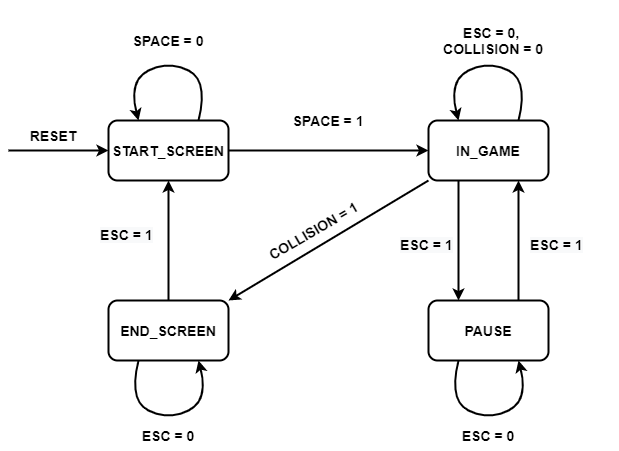
This is demo & diagrams/Game State FSM.png from jamesheavey/ELEC5566M-MiniProject, a draw.io export, as it was before one commit. Source tidied: cells renumbered, new cells last; positions are measured from the earlier drawing's top-left corner, leaving out a move shared by most shapes. Source of this version:
```xml
<mxGraphModel>
  <root>
    <mxCell id="0" />
    <mxCell id="1" parent="0" />
    <mxCell id="2" value="START_SCREEN" style="rounded=1;whiteSpace=wrap;html=1;fontSize=14;fontStyle=1;strokeWidth=2;" parent="1" vertex="1">
      <mxGeometry x="100" y="120" width="120" height="60" as="geometry" />
    </mxCell>
    <mxCell id="3" value="IN_GAME" style="rounded=1;whiteSpace=wrap;html=1;fontSize=14;fontStyle=1;strokeWidth=2;" parent="1" vertex="1">
      <mxGeometry x="420" y="120" width="120" height="60" as="geometry" />
    </mxCell>
    <mxCell id="4" value="PAUSE" style="rounded=1;whiteSpace=wrap;html=1;fontSize=14;fontStyle=1;strokeWidth=2;" parent="1" vertex="1">
      <mxGeometry x="420" y="300" width="120" height="60" as="geometry" />
    </mxCell>
    <mxCell id="5" value="END_SCREEN" style="rounded=1;whiteSpace=wrap;html=1;fontSize=14;fontStyle=1;strokeWidth=2;" parent="1" vertex="1">
      <mxGeometry x="100" y="300" width="120" height="60" as="geometry" />
    </mxCell>
    <mxCell id="6" style="endArrow=classic;html=1;entryX=0;entryY=0.5;entryDx=0;entryDy=0;strokeWidth=2;" parent="1" edge="1">
      <mxGeometry relative="1" as="geometry">
        <mxPoint y="150" as="sourcePoint" />
        <mxPoint x="100" y="150" as="targetPoint" />
        <Array as="points">
          <mxPoint x="30" y="150" />
        </Array>
      </mxGeometry>
    </mxCell>
    <mxCell id="7" value="RESET" style="text;html=1;strokeColor=none;fillColor=none;align=center;verticalAlign=middle;whiteSpace=wrap;rounded=0;fontSize=14;fontStyle=1;" parent="1" vertex="1">
      <mxGeometry x="20" y="120" width="50" height="30" as="geometry" />
    </mxCell>
    <mxCell id="8" style="curved=1;endArrow=classic;html=1;exitX=0.75;exitY=0;exitDx=0;exitDy=0;entryX=0.25;entryY=0;entryDx=0;entryDy=0;strokeWidth=2;" parent="1" edge="1">
      <mxGeometry relative="1" as="geometry">
        <mxPoint x="190" y="120" as="sourcePoint" />
        <mxPoint x="130" y="120" as="targetPoint" />
        <Array as="points">
          <mxPoint x="200" y="80" />
          <mxPoint x="160" y="60" />
          <mxPoint x="120" y="80" />
        </Array>
      </mxGeometry>
    </mxCell>
    <mxCell id="9" value="SPACE = 0" style="text;html=1;strokeColor=none;fillColor=none;align=center;verticalAlign=middle;whiteSpace=wrap;rounded=0;fontSize=14;fontStyle=1;" parent="1" vertex="1">
      <mxGeometry x="120" y="10" width="80" height="60" as="geometry" />
    </mxCell>
    <mxCell id="10" style="endArrow=classic;html=1;exitX=1;exitY=0.5;exitDx=0;exitDy=0;entryX=0;entryY=0.5;entryDx=0;entryDy=0;strokeWidth=2;" parent="1" edge="1" source="2" target="3">
      <mxGeometry relative="1" as="geometry" />
    </mxCell>
    <mxCell id="11" value="SPACE = 1" style="text;html=1;strokeColor=none;fillColor=none;align=center;verticalAlign=middle;whiteSpace=wrap;rounded=0;fontSize=14;fontStyle=1;" parent="1" vertex="1">
      <mxGeometry x="280" y="90" width="80" height="60" as="geometry" />
    </mxCell>
    <mxCell id="12" style="curved=1;endArrow=classic;html=1;exitX=0.75;exitY=0;exitDx=0;exitDy=0;entryX=0.25;entryY=0;entryDx=0;entryDy=0;strokeWidth=2;" parent="1" edge="1">
      <mxGeometry relative="1" as="geometry">
        <mxPoint x="510" y="120" as="sourcePoint" />
        <mxPoint x="450" y="120" as="targetPoint" />
        <Array as="points">
          <mxPoint x="520" y="80" />
          <mxPoint x="480" y="60" />
          <mxPoint x="440" y="80" />
        </Array>
      </mxGeometry>
    </mxCell>
    <mxCell id="13" value="ESC = 0, &lt;br&gt;COLLISION = 0" style="text;html=1;strokeColor=none;fillColor=none;align=center;verticalAlign=middle;whiteSpace=wrap;rounded=0;fontSize=14;fontStyle=1;" parent="1" vertex="1">
      <mxGeometry x="410" width="150" height="80" as="geometry" />
    </mxCell>
    <mxCell id="14" style="endArrow=classic;html=1;exitX=0.25;exitY=1;exitDx=0;exitDy=0;entryX=0.25;entryY=0;entryDx=0;entryDy=0;strokeWidth=2;" parent="1" edge="1" source="3" target="4">
      <mxGeometry relative="1" as="geometry" />
    </mxCell>
    <mxCell id="15" style="endArrow=classic;html=1;exitX=0.75;exitY=0;exitDx=0;exitDy=0;entryX=0.75;entryY=1;entryDx=0;entryDy=0;strokeWidth=2;" parent="1" edge="1" source="4" target="3">
      <mxGeometry relative="1" as="geometry" />
    </mxCell>
    <mxCell id="16" style="endArrow=classic;html=1;entryX=1;entryY=0;entryDx=0;entryDy=0;strokeWidth=2;" parent="1" edge="1" target="5">
      <mxGeometry relative="1" as="geometry">
        <mxPoint x="420" y="180" as="sourcePoint" />
      </mxGeometry>
    </mxCell>
    <mxCell id="17" style="endArrow=classic;html=1;exitX=0.5;exitY=0;exitDx=0;exitDy=0;entryX=0.5;entryY=1;entryDx=0;entryDy=0;strokeWidth=2;" parent="1" edge="1" source="5" target="2">
      <mxGeometry relative="1" as="geometry" />
    </mxCell>
    <mxCell id="18" value="COLLISION = 1" style="text;html=1;strokeColor=none;fillColor=none;align=center;verticalAlign=middle;whiteSpace=wrap;rounded=0;rotation=-30;fontSize=14;fontStyle=1;" parent="1" vertex="1">
      <mxGeometry x="250" y="220" width="110" height="20" as="geometry" />
    </mxCell>
    <mxCell id="19" value="&lt;span style=&quot;color: rgb(0, 0, 0); font-family: helvetica; font-size: 14px; font-style: normal; letter-spacing: normal; text-align: center; text-indent: 0px; text-transform: none; word-spacing: 0px; background-color: rgb(248, 249, 250); display: inline; float: none;&quot;&gt;ESC = 1&lt;/span&gt;" style="text;whiteSpace=wrap;html=1;fontSize=14;fontStyle=1;" parent="1" vertex="1">
      <mxGeometry x="90" y="220" width="90" height="30" as="geometry" />
    </mxCell>
    <mxCell id="20" value="&lt;span style=&quot;color: rgb(0, 0, 0); font-family: helvetica; font-size: 14px; font-style: normal; letter-spacing: normal; text-align: center; text-indent: 0px; text-transform: none; word-spacing: 0px; background-color: rgb(248, 249, 250); display: inline; float: none;&quot;&gt;ESC = 1&lt;/span&gt;" style="text;whiteSpace=wrap;html=1;fontSize=14;fontStyle=1;" parent="1" vertex="1">
      <mxGeometry x="390" y="230" width="60" height="30" as="geometry" />
    </mxCell>
    <mxCell id="21" value="&lt;span style=&quot;color: rgb(0, 0, 0); font-family: helvetica; font-size: 14px; font-style: normal; letter-spacing: normal; text-align: center; text-indent: 0px; text-transform: none; word-spacing: 0px; background-color: rgb(248, 249, 250); display: inline; float: none;&quot;&gt;ESC = 1&lt;/span&gt;" style="text;whiteSpace=wrap;html=1;fontSize=14;fontStyle=1;" parent="1" vertex="1">
      <mxGeometry x="520" y="230" width="90" height="30" as="geometry" />
    </mxCell>
    <mxCell id="22" style="curved=1;endArrow=classic;html=1;exitX=0.25;exitY=1;exitDx=0;exitDy=0;entryX=0.75;entryY=1;entryDx=0;entryDy=0;strokeWidth=2;" parent="1" edge="1">
      <mxGeometry relative="1" as="geometry">
        <mxPoint x="450" y="360" as="sourcePoint" />
        <mxPoint x="510" y="360" as="targetPoint" />
        <Array as="points">
          <mxPoint x="440" y="400" />
          <mxPoint x="480" y="420" />
          <mxPoint x="520" y="400" />
        </Array>
      </mxGeometry>
    </mxCell>
    <mxCell id="23" value="ESC = 0" style="text;html=1;strokeColor=none;fillColor=none;align=center;verticalAlign=middle;whiteSpace=wrap;rounded=0;fontSize=14;fontStyle=1;" parent="1" vertex="1">
      <mxGeometry x="440" y="420" width="80" height="30" as="geometry" />
    </mxCell>
    <mxCell id="24" style="curved=1;endArrow=classic;html=1;exitX=0.25;exitY=1;exitDx=0;exitDy=0;entryX=0.75;entryY=1;entryDx=0;entryDy=0;strokeWidth=2;" parent="1" edge="1">
      <mxGeometry relative="1" as="geometry">
        <mxPoint x="130" y="360" as="sourcePoint" />
        <mxPoint x="190" y="360" as="targetPoint" />
        <Array as="points">
          <mxPoint x="120" y="400" />
          <mxPoint x="160" y="420" />
          <mxPoint x="200" y="400" />
        </Array>
      </mxGeometry>
    </mxCell>
    <mxCell id="25" value="ESC = 0" style="text;html=1;strokeColor=none;fillColor=none;align=center;verticalAlign=middle;whiteSpace=wrap;rounded=0;fontSize=14;fontStyle=1;" parent="1" vertex="1">
      <mxGeometry x="120" y="420" width="80" height="30" as="geometry" />
    </mxCell>
  </root>
</mxGraphModel>
```
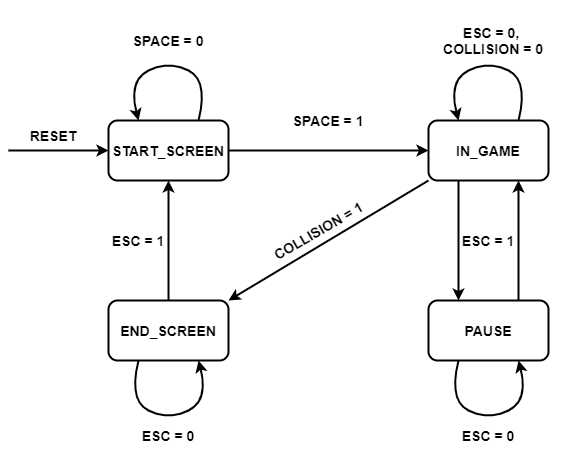
The same diagram one commit later.

Change to the diagram source:
```diff
@@ -74,18 +74,6 @@
     <mxCell id="17" style="endArrow=classic;html=1;exitX=0.5;exitY=0;exitDx=0;exitDy=0;entryX=0.5;entryY=1;entryDx=0;entryDy=0;strokeWidth=2;" parent="1" edge="1" source="5" target="2">
       <mxGeometry relative="1" as="geometry" />
     </mxCell>
-    <mxCell id="18" value="COLLISION = 1" style="text;html=1;strokeColor=none;fillColor=none;align=center;verticalAlign=middle;whiteSpace=wrap;rounded=0;rotation=-30;fontSize=14;fontStyle=1;" parent="1" vertex="1">
-      <mxGeometry x="250" y="220" width="110" height="20" as="geometry" />
-    </mxCell>
-    <mxCell id="19" value="&lt;span style=&quot;color: rgb(0, 0, 0); font-family: helvetica; font-size: 14px; font-style: normal; letter-spacing: normal; text-align: center; text-indent: 0px; text-transform: none; word-spacing: 0px; background-color: rgb(248, 249, 250); display: inline; float: none;&quot;&gt;ESC = 1&lt;/span&gt;" style="text;whiteSpace=wrap;html=1;fontSize=14;fontStyle=1;" parent="1" vertex="1">
-      <mxGeometry x="90" y="220" width="90" height="30" as="geometry" />
-    </mxCell>
-    <mxCell id="20" value="&lt;span style=&quot;color: rgb(0, 0, 0); font-family: helvetica; font-size: 14px; font-style: normal; letter-spacing: normal; text-align: center; text-indent: 0px; text-transform: none; word-spacing: 0px; background-color: rgb(248, 249, 250); display: inline; float: none;&quot;&gt;ESC = 1&lt;/span&gt;" style="text;whiteSpace=wrap;html=1;fontSize=14;fontStyle=1;" parent="1" vertex="1">
-      <mxGeometry x="390" y="230" width="60" height="30" as="geometry" />
-    </mxCell>
-    <mxCell id="21" value="&lt;span style=&quot;color: rgb(0, 0, 0); font-family: helvetica; font-size: 14px; font-style: normal; letter-spacing: normal; text-align: center; text-indent: 0px; text-transform: none; word-spacing: 0px; background-color: rgb(248, 249, 250); display: inline; float: none;&quot;&gt;ESC = 1&lt;/span&gt;" style="text;whiteSpace=wrap;html=1;fontSize=14;fontStyle=1;" parent="1" vertex="1">
-      <mxGeometry x="520" y="230" width="90" height="30" as="geometry" />
-    </mxCell>
     <mxCell id="22" style="curved=1;endArrow=classic;html=1;exitX=0.25;exitY=1;exitDx=0;exitDy=0;entryX=0.75;entryY=1;entryDx=0;entryDy=0;strokeWidth=2;" parent="1" edge="1">
       <mxGeometry relative="1" as="geometry">
         <mxPoint x="450" y="360" as="sourcePoint" />
@@ -114,5 +102,14 @@
     <mxCell id="25" value="ESC = 0" style="text;html=1;strokeColor=none;fillColor=none;align=center;verticalAlign=middle;whiteSpace=wrap;rounded=0;fontSize=14;fontStyle=1;" parent="1" vertex="1">
       <mxGeometry x="120" y="420" width="80" height="30" as="geometry" />
     </mxCell>
+    <mxCell id="26" value="ESC = 1" style="text;html=1;strokeColor=none;fillColor=none;align=center;verticalAlign=middle;whiteSpace=wrap;rounded=0;fontSize=14;fontStyle=1;" parent="1" vertex="1">
+      <mxGeometry x="90" y="210" width="80" height="60" as="geometry" />
+    </mxCell>
+    <mxCell id="18" value="COLLISION = 1" style="text;html=1;strokeColor=none;fillColor=none;align=center;verticalAlign=middle;whiteSpace=wrap;rounded=0;fontSize=14;fontStyle=1;rotation=-30;" parent="1" vertex="1">
+      <mxGeometry x="250" y="200" width="120" height="60" as="geometry" />
+    </mxCell>
+    <mxCell id="27" value="ESC = 1" style="text;html=1;strokeColor=none;fillColor=none;align=center;verticalAlign=middle;whiteSpace=wrap;rounded=0;fontSize=14;fontStyle=1;" parent="1" vertex="1">
+      <mxGeometry x="440" y="210" width="80" height="60" as="geometry" />
+    </mxCell>
   </root>
 </mxGraphModel>
```
